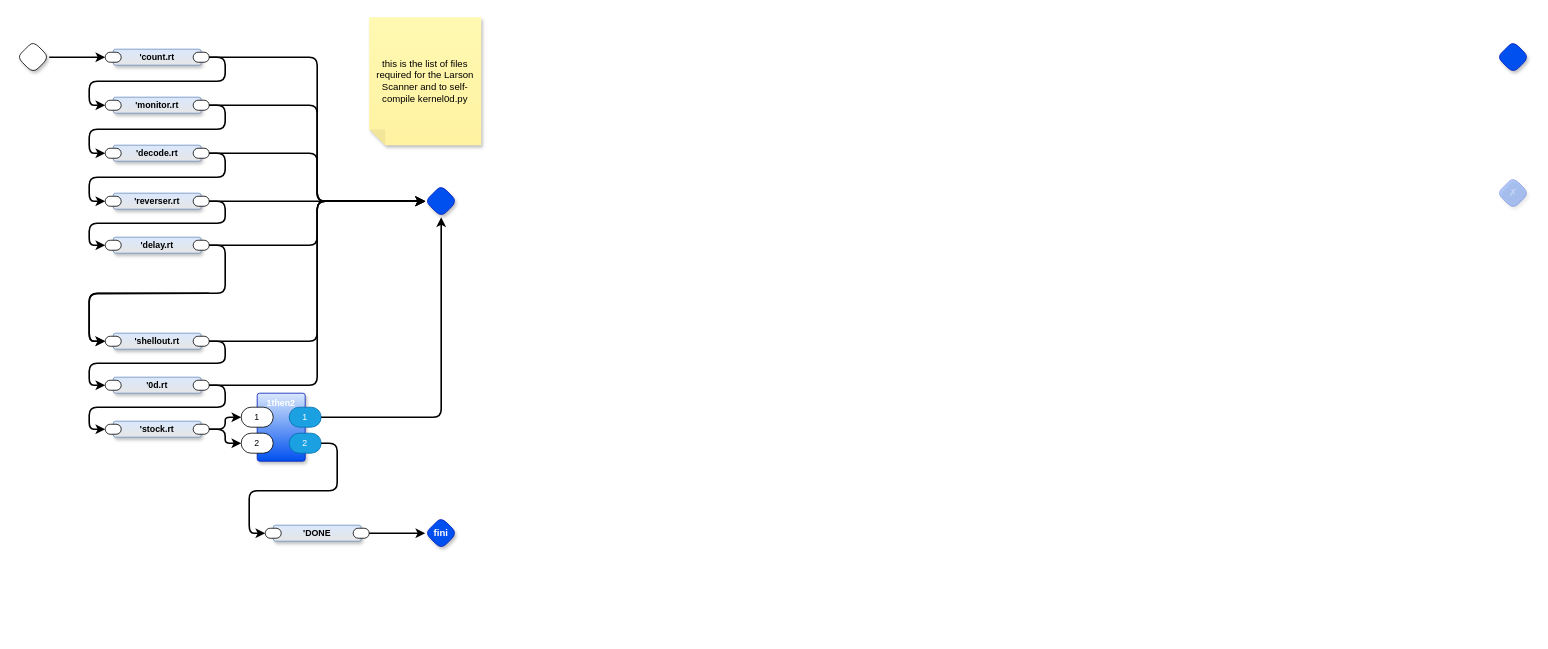
This is page "List Filenames Including Larson Scanner" (3 of 35) of rt2all.drawio from guitarvydas/rt, a draw.io file, before an edit. Source tidied: cells renumbered, new cells numbered last; positions are measured from the earlier drawing's top-left corner, leaving out a move shared by most shapes. Both pictures are drawn from the tidied source at 80%, with x=0, y=0 at pixel (17, 17).
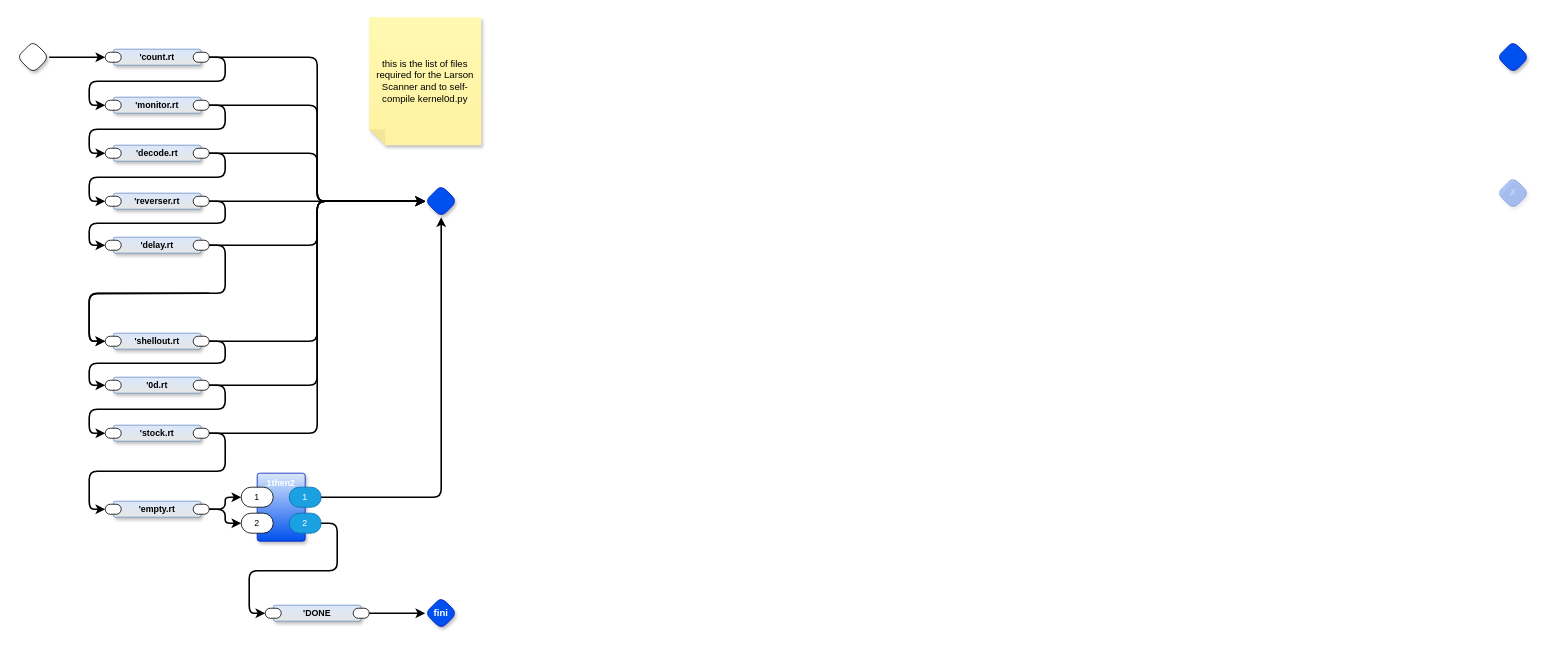
Above is the later version.

Unchanged cells that the change refers to:
```xml
<mxCell id="24" style="rounded=1;whiteSpace=wrap;html=1;sketch=0;points=[[0,0.5,0,0,0],[1,0.5,0,0,0]];arcSize=50;fontFamily=Helvetica;fontSize=11;fontColor=default;" parent="22" vertex="1">
  <mxGeometry x="-10" y="3.8" width="20" height="12.5" as="geometry" />
</mxCell>
<mxCell id="32" style="rhombus;whiteSpace=wrap;html=1;rounded=1;fontStyle=1;glass=0;sketch=0;fontSize=12;points=[[0,0.5,0,0,0],[0.5,0,0,0,0],[0.5,1,0,0,0],[1,0.5,0,0,0]];shadow=1;fillColor=#0050ef;fontColor=#ffffff;strokeColor=#001DBC;fontFamily=Helvetica;labelBackgroundColor=none;" parent="1" vertex="1">
  <mxGeometry x="510" y="210" width="40" height="40" as="geometry" />
</mxCell>
<mxCell id="55" style="rounded=1;whiteSpace=wrap;html=1;sketch=0;points=[[0,0.5,0,0,0],[1,0.5,0,0,0]];arcSize=50;fontFamily=Helvetica;fontSize=11;fontColor=default;" parent="54" vertex="1">
  <mxGeometry x="100" y="3.8" width="20" height="12.5" as="geometry" />
</mxCell>
```

The edit, as a diff of the source:
```diff
@@
-    <mxCell id="22" value="'stock.rt" style="rounded=1;whiteSpace=wrap;html=1;verticalAlign=middle;arcSize=6;fontStyle=1;absoluteArcSize=1;shadow=1;strokeColor=#6c8ebf;fillColor=#dae8fc;fontFamily=Helvetica;fontSize=11;gradientColor=#E6E6E6;fontColor=default;" parent="1" vertex="1">
-      <mxGeometry x="120" y="505" width="110" height="20" as="geometry" />
+    <mxCell id="22" value="'empty.rt" style="rounded=1;whiteSpace=wrap;html=1;verticalAlign=middle;arcSize=6;fontStyle=1;absoluteArcSize=1;shadow=1;strokeColor=#6c8ebf;fillColor=#dae8fc;fontFamily=Helvetica;fontSize=11;gradientColor=#E6E6E6;fontColor=default;" parent="1" vertex="1">
+      <mxGeometry x="120" y="605" width="110" height="20" as="geometry" />
     </mxCell>
@@
     <mxCell id="29" value="'DONE" style="rounded=1;whiteSpace=wrap;html=1;verticalAlign=middle;arcSize=6;fontStyle=1;absoluteArcSize=1;shadow=1;strokeColor=#6c8ebf;fillColor=#dae8fc;fontFamily=Helvetica;fontSize=11;gradientColor=#E6E6E6;fontColor=default;" parent="1" vertex="1">
-      <mxGeometry x="320" y="635" width="110" height="20" as="geometry" />
+      <mxGeometry x="320" y="735" width="110" height="20" as="geometry" />
     </mxCell>
@@
     <mxCell id="33" value="fini" style="rhombus;whiteSpace=wrap;html=1;rounded=1;fontStyle=1;glass=0;sketch=0;fontSize=12;points=[[0,0.5,0,0,0],[0.5,0,0,0,0],[0.5,1,0,0,0],[1,0.5,0,0,0]];shadow=1;fillColor=#0050ef;fontColor=#ffffff;strokeColor=#001DBC;fontFamily=Helvetica;labelBackgroundColor=none;" parent="1" vertex="1">
-      <mxGeometry x="510" y="625" width="40" height="40" as="geometry" />
+      <mxGeometry x="510" y="725" width="40" height="40" as="geometry" />
     </mxCell>
@@
     <mxCell id="45" value="1then2" style="rounded=1;whiteSpace=wrap;html=1;sketch=0;verticalAlign=top;arcSize=6;fontStyle=1;absoluteArcSize=1;shadow=1;strokeColor=#001DBC;fillColor=#DAE8FC;fontColor=#ffffff;gradientColor=#0050EF;fontFamily=Helvetica;fontSize=11;labelBackgroundColor=none;" parent="1" vertex="1">
-      <mxGeometry x="300" y="470" width="60" height="85" as="geometry" />
+      <mxGeometry x="300" y="570" width="60" height="85" as="geometry" />
     </mxCell>
@@
-    <mxCell id="57" style="edgeStyle=orthogonalEdgeStyle;rounded=1;jettySize=auto;html=1;exitX=1;exitY=0.5;exitDx=0;exitDy=0;exitPerimeter=0;entryX=0;entryY=0.5;entryDx=0;entryDy=0;entryPerimeter=0;strokeWidth=2;curved=0;" parent="1" edge="1" source="55" target="24">
+    <mxCell id="57" style="edgeStyle=orthogonalEdgeStyle;rounded=1;jettySize=auto;html=1;exitX=1;exitY=0.5;exitDx=0;exitDy=0;exitPerimeter=0;entryX=0;entryY=0.5;entryDx=0;entryDy=0;entryPerimeter=0;strokeWidth=2;curved=0;" parent="1" edge="1" source="55" target="63">
       <mxGeometry relative="1" as="geometry" />
     </mxCell>
@@
+    <mxCell id="61" value="'stock.rt" style="rounded=1;whiteSpace=wrap;html=1;verticalAlign=middle;arcSize=6;fontStyle=1;absoluteArcSize=1;shadow=1;strokeColor=#6c8ebf;fillColor=#dae8fc;fontFamily=Helvetica;fontSize=11;gradientColor=#E6E6E6;fontColor=default;" parent="1" vertex="1">
+      <mxGeometry x="120" y="510" width="110" height="20" as="geometry" />
+    </mxCell>
+    <mxCell id="62" style="rounded=1;whiteSpace=wrap;html=1;sketch=0;points=[[0,0.5,0,0,0],[1,0.5,0,0,0]];arcSize=50;fontFamily=Helvetica;fontSize=11;fontColor=default;" parent="61" vertex="1">
+      <mxGeometry x="100" y="3.8" width="20" height="12.5" as="geometry" />
+    </mxCell>
+    <mxCell id="63" style="rounded=1;whiteSpace=wrap;html=1;sketch=0;points=[[0,0.5,0,0,0],[1,0.5,0,0,0]];arcSize=50;fontFamily=Helvetica;fontSize=11;fontColor=default;" parent="61" vertex="1">
+      <mxGeometry x="-10" y="3.8" width="20" height="12.5" as="geometry" />
+    </mxCell>
+    <mxCell id="64" style="edgeStyle=orthogonalEdgeStyle;rounded=1;jettySize=auto;html=1;exitX=1;exitY=0.5;exitDx=0;exitDy=0;exitPerimeter=0;entryX=0;entryY=0.5;entryDx=0;entryDy=0;entryPerimeter=0;strokeWidth=2;curved=0;" parent="1" edge="1" source="62" target="32">
+      <mxGeometry relative="1" as="geometry" />
+    </mxCell>
+    <mxCell id="65" style="edgeStyle=orthogonalEdgeStyle;shape=connector;curved=0;rounded=1;jettySize=auto;html=1;exitX=1;exitY=0.5;exitDx=0;exitDy=0;exitPerimeter=0;entryX=0;entryY=0.5;entryDx=0;entryDy=0;entryPerimeter=0;strokeColor=default;strokeWidth=2;align=center;verticalAlign=middle;fontFamily=Helvetica;fontSize=11;fontColor=default;labelBackgroundColor=default;endArrow=classic;" parent="1" edge="1" source="62" target="24">
+      <mxGeometry relative="1" as="geometry" />
+    </mxCell>
```
